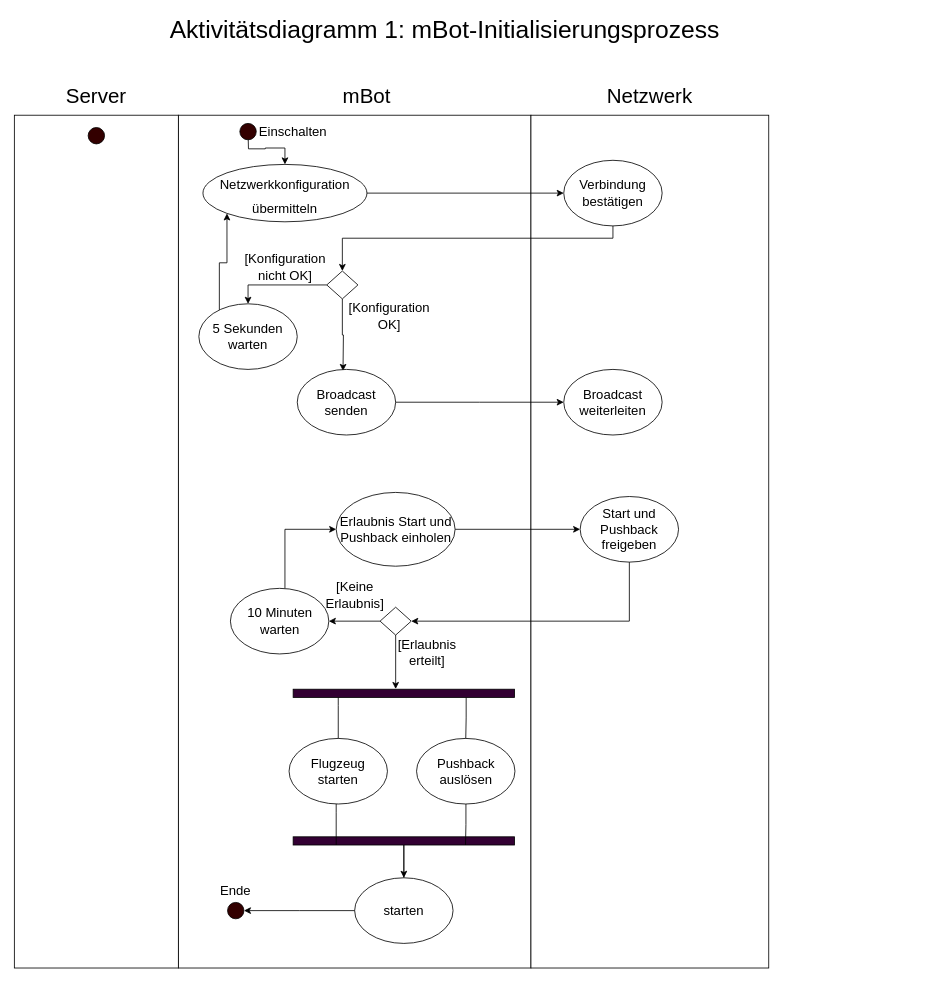
The draw.io diagram Documents/Diagramme/aktivitätsdiagramme.drawio in huthuthiddeli/SYP_PROJEKT_23-24_Maier, before the edit. Source tidied: cells renumbered, new cells numbered last; positions are measured from the earlier drawing's top-left corner, leaving out a move shared by most shapes. Both pictures are drawn from the tidied source at 82%, with x=0, y=0 at pixel (14, 16).
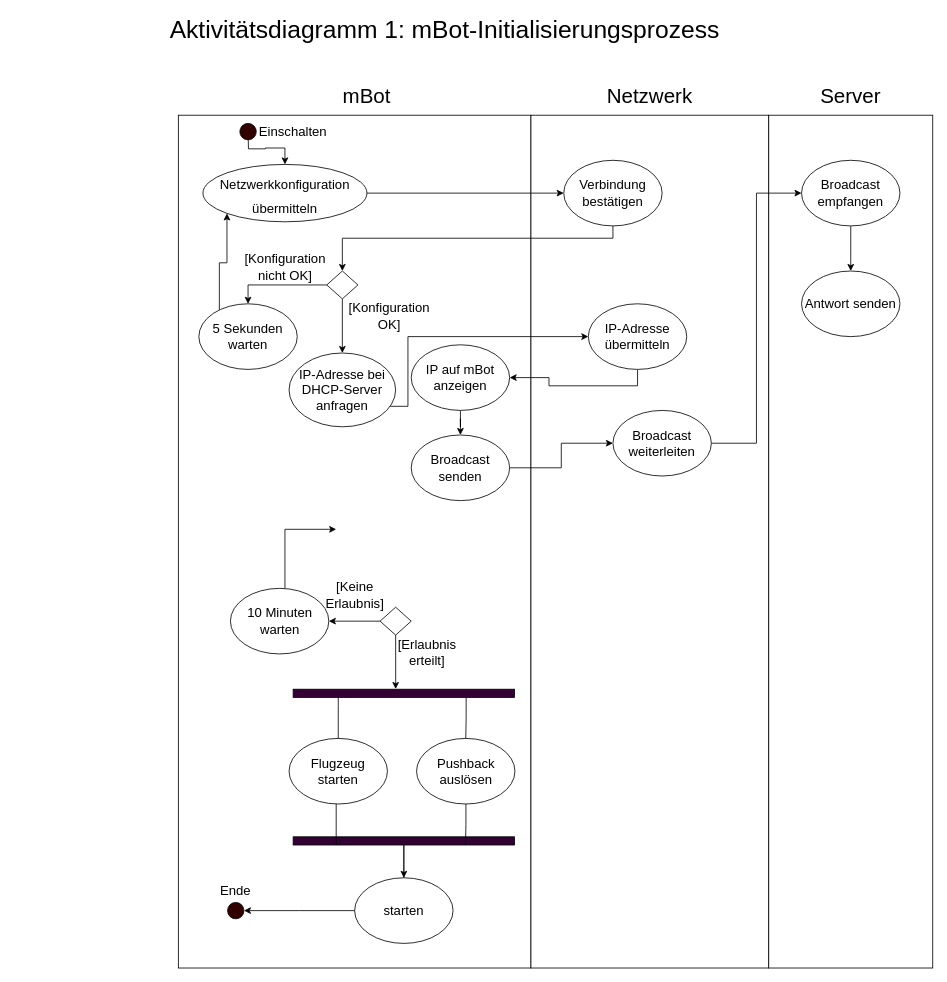
After the change.

Unchanged cells that the change refers to:
```xml
<mxCell id="14" style="rhombus;whiteSpace=wrap;html=1;strokeWidth=1;fontSize=16;" parent="1" vertex="1">
  <mxGeometry x="381" y="310" width="38" height="34" as="geometry" />
</mxCell>
<mxCell id="25" style="rhombus;whiteSpace=wrap;html=1;strokeWidth=1;fontSize=16;" parent="1" vertex="1">
  <mxGeometry x="446" y="720" width="38" height="34" as="geometry" />
</mxCell>
<mxCell id="27" value="10 Minuten warten" style="ellipse;whiteSpace=wrap;html=1;strokeWidth=1;fontSize=16;" parent="1" vertex="1">
  <mxGeometry x="263.5" y="697" width="120" height="80" as="geometry" />
</mxCell>
```

Diff of the diagram source:
```diff
@@
-    <mxCell id="13" style="edgeStyle=orthogonalEdgeStyle;rounded=0;jettySize=auto;html=1;entryX=0.553;entryY=0.062;entryDx=0;entryDy=0;entryPerimeter=0;fontSize=9;" parent="1" edge="1" source="14">
-      <mxGeometry relative="1" as="geometry">
-        <mxPoint x="400.8" y="431.9" as="targetPoint" />
-      </mxGeometry>
+    <mxCell id="13" style="edgeStyle=orthogonalEdgeStyle;rounded=0;jettySize=auto;html=1;entryX=0.5;entryY=0;entryDx=0;entryDy=0;fontSize=9;" parent="1" edge="1" source="14" target="57">
+      <mxGeometry relative="1" as="geometry" />
     </mxCell>
@@
-    <mxCell id="19" style="edgeStyle=orthogonalEdgeStyle;rounded=0;jettySize=auto;html=1;fontSize=16;" parent="1" edge="1" source="20" target="22">
-      <mxGeometry relative="1" as="geometry" />
-    </mxCell>
-    <mxCell id="20" value="&lt;span style=&quot;font-size: 16px;&quot;&gt;Erlaubnis Start und Pushback einholen&lt;/span&gt;" style="ellipse;whiteSpace=wrap;html=1;strokeWidth=1;fontSize=9;" parent="1" vertex="1">
-      <mxGeometry x="392.5" y="580" width="145" height="90" as="geometry" />
-    </mxCell>
-    <mxCell id="21" style="edgeStyle=orthogonalEdgeStyle;rounded=0;jettySize=auto;html=1;entryX=1;entryY=0.5;entryDx=0;entryDy=0;fontSize=16;" parent="1" edge="1" source="22" target="25">
-      <mxGeometry relative="1" as="geometry">
-        <Array as="points">
-          <mxPoint x="750" y="737" />
-        </Array>
-      </mxGeometry>
-    </mxCell>
-    <mxCell id="22" value="Start und Pushback freigeben" style="ellipse;whiteSpace=wrap;html=1;strokeWidth=1;fontSize=16;" parent="1" vertex="1">
-      <mxGeometry x="690" y="585" width="120" height="80" as="geometry" />
-    </mxCell>
@@
-    <mxCell id="26" style="edgeStyle=orthogonalEdgeStyle;rounded=0;jettySize=auto;html=1;entryX=0;entryY=0.5;entryDx=0;entryDy=0;fontSize=16;" parent="1" edge="1" source="27" target="20">
+    <mxCell id="26" style="edgeStyle=orthogonalEdgeStyle;rounded=0;jettySize=auto;html=1;entryX=0;entryY=0.5;entryDx=0;entryDy=0;fontSize=16;" parent="1" edge="1" source="27">
       <mxGeometry relative="1" as="geometry">
+        <mxPoint x="392.5" y="625" as="targetPoint" />
         <Array as="points">
           <mxPoint x="330" y="625" />
         </Array>
       </mxGeometry>
     </mxCell>
@@
-    <mxCell id="46" style="rounded=0;whiteSpace=wrap;html=1;" parent="1" vertex="1">
-      <mxGeometry y="120" width="200" height="1040" as="geometry" />
-    </mxCell>
-    <mxCell id="47" value="Server" style="text;html=1;strokeColor=none;fillColor=none;align=center;verticalAlign=middle;whiteSpace=wrap;rounded=0;fontSize=25;" parent="1" vertex="1">
-      <mxGeometry x="70" y="80" width="60" height="30" as="geometry" />
-    </mxCell>
-    <mxCell id="48" style="edgeStyle=orthogonalEdgeStyle;rounded=0;jettySize=auto;html=1;fontSize=30;" parent="1" edge="1" source="49">
-      <mxGeometry relative="1" as="geometry">
-        <mxPoint x="670" y="470" as="targetPoint" />
-      </mxGeometry>
+    <mxCell id="48" style="edgeStyle=orthogonalEdgeStyle;rounded=0;jettySize=auto;html=1;fontSize=30;" parent="1" edge="1" source="49" target="50">
+      <mxGeometry relative="1" as="geometry" />
     </mxCell>
     <mxCell id="49" value="Broadcast senden" style="ellipse;whiteSpace=wrap;html=1;strokeWidth=1;fontSize=16;" parent="1" vertex="1">
-      <mxGeometry x="345" y="430" width="120" height="80" as="geometry" />
+      <mxGeometry x="484" y="510" width="120" height="80" as="geometry" />
     </mxCell>
+    <mxCell id="52" style="rounded=0;whiteSpace=wrap;html=1;" parent="1" vertex="1">
+      <mxGeometry x="920" y="120" width="200" height="1040" as="geometry" />
+    </mxCell>
+    <mxCell id="53" style="edgeStyle=orthogonalEdgeStyle;rounded=0;jettySize=auto;html=1;entryX=0;entryY=0.5;entryDx=0;entryDy=0;" parent="1" edge="1" source="50" target="61">
+      <mxGeometry relative="1" as="geometry" />
+    </mxCell>
     <mxCell id="50" value="Broadcast weiterleiten" style="ellipse;whiteSpace=wrap;html=1;strokeWidth=1;fontSize=16;" parent="1" vertex="1">
-      <mxGeometry x="670" y="430" width="120" height="80" as="geometry" />
+      <mxGeometry x="730" y="480" width="120" height="80" as="geometry" />
     </mxCell>
-    <mxCell id="51" style="ellipse;whiteSpace=wrap;html=1;strokeWidth=1;fontSize=16;fillColor=#330000;" parent="1" vertex="1">
-      <mxGeometry x="90" y="135" width="20" height="20" as="geometry" />
-    </mxCell>
+    <mxCell id="47" value="Server" style="text;html=1;strokeColor=none;fillColor=none;align=center;verticalAlign=middle;whiteSpace=wrap;rounded=0;fontSize=25;" parent="1" vertex="1">
+      <mxGeometry x="990" y="80" width="60" height="30" as="geometry" />
+    </mxCell>
+    <mxCell id="54" style="edgeStyle=orthogonalEdgeStyle;rounded=0;jettySize=auto;html=1;entryX=1;entryY=0.5;entryDx=0;entryDy=0;exitX=0.5;exitY=1;exitDx=0;exitDy=0;" parent="1" edge="1" source="55" target="59">
+      <mxGeometry relative="1" as="geometry" />
+    </mxCell>
+    <mxCell id="55" value="IP-Adresse übermitteln" style="ellipse;whiteSpace=wrap;html=1;strokeWidth=1;fontSize=16;" parent="1" vertex="1">
+      <mxGeometry x="700" y="350" width="120" height="80" as="geometry" />
+    </mxCell>
+    <mxCell id="56" style="edgeStyle=orthogonalEdgeStyle;rounded=0;jettySize=auto;html=1;entryX=0;entryY=0.5;entryDx=0;entryDy=0;" parent="1" edge="1" source="57" target="55">
+      <mxGeometry relative="1" as="geometry">
+        <Array as="points">
+          <mxPoint x="480" y="475" />
+          <mxPoint x="480" y="390" />
+        </Array>
+      </mxGeometry>
+    </mxCell>
+    <mxCell id="57" value="IP-Adresse bei DHCP-Server anfragen" style="ellipse;whiteSpace=wrap;html=1;strokeWidth=1;fontSize=16;" parent="1" vertex="1">
+      <mxGeometry x="335" y="410" width="130" height="90" as="geometry" />
+    </mxCell>
+    <mxCell id="58" style="edgeStyle=orthogonalEdgeStyle;rounded=0;jettySize=auto;html=1;entryX=0.5;entryY=0;entryDx=0;entryDy=0;" parent="1" edge="1" source="59" target="49">
+      <mxGeometry relative="1" as="geometry" />
+    </mxCell>
+    <mxCell id="59" value="IP auf mBot anzeigen" style="ellipse;whiteSpace=wrap;html=1;strokeWidth=1;fontSize=16;" parent="1" vertex="1">
+      <mxGeometry x="484" y="400" width="120" height="80" as="geometry" />
+    </mxCell>
+    <mxCell id="60" style="edgeStyle=orthogonalEdgeStyle;rounded=0;jettySize=auto;html=1;entryX=0.5;entryY=0;entryDx=0;entryDy=0;" parent="1" edge="1" source="61" target="62">
+      <mxGeometry relative="1" as="geometry" />
+    </mxCell>
+    <mxCell id="61" value="Broadcast empfangen" style="ellipse;whiteSpace=wrap;html=1;strokeWidth=1;fontSize=16;" parent="1" vertex="1">
+      <mxGeometry x="960" y="175" width="120" height="80" as="geometry" />
+    </mxCell>
+    <mxCell id="62" value="Antwort senden" style="ellipse;whiteSpace=wrap;html=1;strokeWidth=1;fontSize=16;" parent="1" vertex="1">
+      <mxGeometry x="960" y="310" width="120" height="80" as="geometry" />
+    </mxCell>
```
